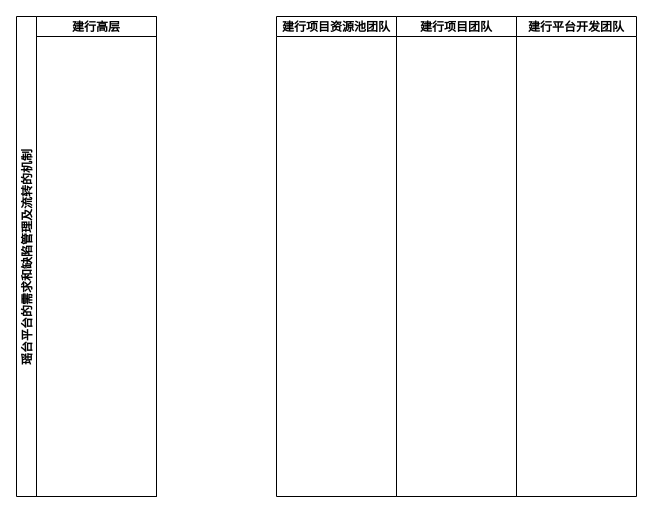
Above: Untitled Diagram.drawio in cartebrother/drawio_file (draw.io), before the change. Source tidied: cells renumbered, new cells numbered last; positions are measured from the earlier drawing's top-left corner, leaving out a move shared by most shapes. Both pictures are drawn from the tidied source at 100%, with x=0, y=0 at pixel (16, 16).
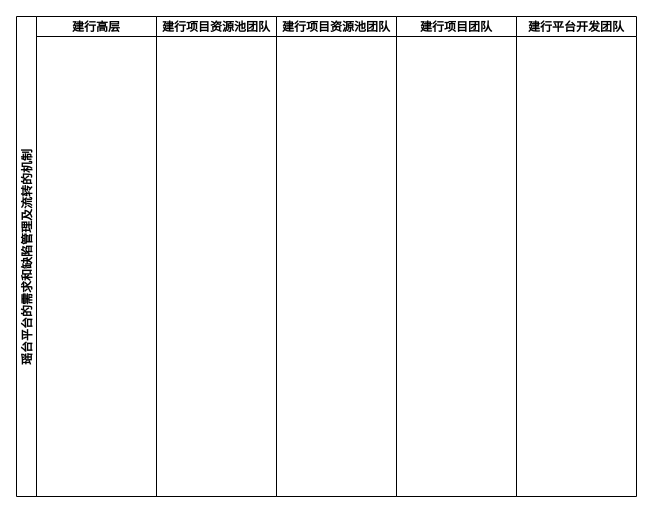
Above is the later version.

The edit, as a diff of the source:
```diff
@@
 <mxGraphModel>
   <root>
     <mxCell id="0" />
     <mxCell id="1" parent="0" />
     <mxCell id="2" value="瑶台平台的需求和缺陷管理及流转的机制" style="swimlane;startSize=20;horizontal=0;" parent="1" vertex="1">
       <mxGeometry width="140" height="480" as="geometry" />
     </mxCell>
     <mxCell id="3" value="建行高层" style="swimlane;startSize=20;" parent="2" vertex="1">
       <mxGeometry x="20" width="120" height="480" as="geometry" />
     </mxCell>
     <mxCell id="4" value="建行平台开发团队" style="swimlane;startSize=20;" parent="1" vertex="1">
       <mxGeometry x="500" width="120" height="480" as="geometry" />
     </mxCell>
     <mxCell id="5" value="建行项目团队" style="swimlane;startSize=20;" parent="1" vertex="1">
       <mxGeometry x="380" width="120" height="480" as="geometry" />
     </mxCell>
     <mxCell id="6" value="建行项目资源池团队" style="swimlane;startSize=20;" parent="1" vertex="1">
       <mxGeometry x="260" width="120" height="480" as="geometry" />
     </mxCell>
+    <mxCell id="7" value="建行项目资源池团队" style="swimlane;startSize=20;" parent="1" vertex="1">
+      <mxGeometry x="140" width="120" height="480" as="geometry" />
+    </mxCell>
   </root>
 </mxGraphModel>
```
